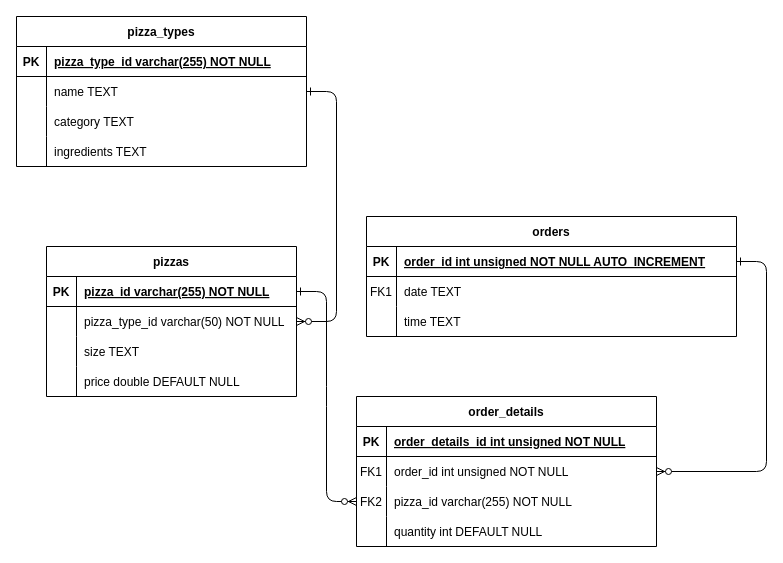
Earlier version of the draw.io diagram Untitled Diagram.drawio (clauderhay/coding-live). Source tidied: cells renumbered, new cells numbered last; positions are measured from the earlier drawing's top-left corner, leaving out a move shared by most shapes. Both pictures are drawn from the tidied source at 100%, with x=0, y=0 at pixel (16, 16).
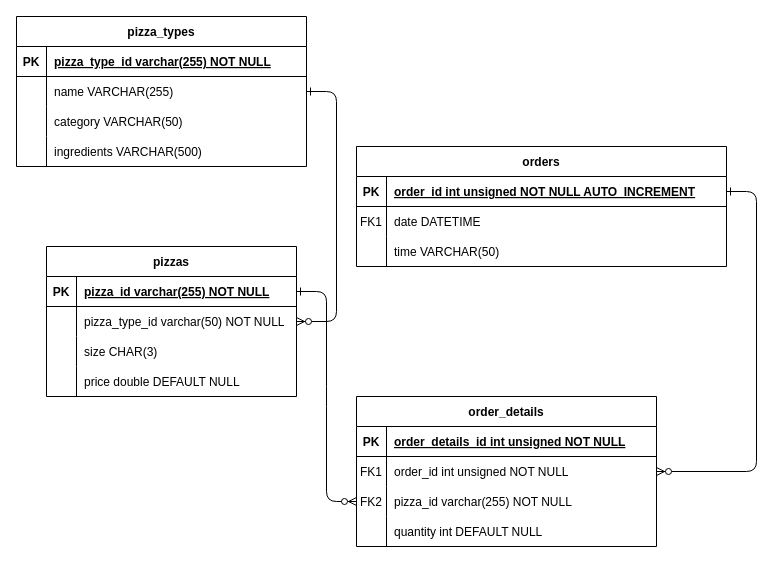
After the change.

Commit message:
Updated DataTypes on columns

The change refers to these unchanged cells:
```xml
<mxCell id="7" style="shape=partialRectangle;fillColor=none;top=0;left=0;right=0;bottom=0;" parent="3" vertex="1">
  <mxGeometry y="60" width="370" height="30" as="geometry" />
</mxCell>
<mxCell id="10" style="shape=partialRectangle;fillColor=none;top=0;left=0;right=0;bottom=0;" parent="3" vertex="1">
  <mxGeometry y="90" width="370" height="30" as="geometry" />
</mxCell>
<mxCell id="33" style="shape=partialRectangle;fillColor=none;top=0;left=0;right=0;bottom=0;" parent="26" vertex="1">
  <mxGeometry y="90" width="250" height="30" as="geometry" />
</mxCell>
<mxCell id="43" style="shape=partialRectangle;fillColor=none;points=[[0,0.5],[1,0.5]];portConstraint=eastwest;top=0;left=0;right=0;bottom=0;" parent="39" vertex="1">
  <mxGeometry y="60" width="290" height="30" as="geometry" />
</mxCell>
<mxCell id="46" style="shape=partialRectangle;fillColor=none;top=0;left=0;right=0;bottom=0;" parent="39" vertex="1">
  <mxGeometry y="90" width="290" height="30" as="geometry" />
</mxCell>
<mxCell id="49" style="shape=partialRectangle;fillColor=none;top=0;left=0;right=0;bottom=0;" parent="39" vertex="1">
  <mxGeometry y="120" width="290" height="30" as="geometry" />
</mxCell>
```

Change to the diagram source:
```diff
@@
     <mxCell id="3" value="orders" style="shape=table;startSize=30;childLayout=tableLayout;rowLines=0;fontStyle=1;align=center;" parent="1" vertex="1">
-      <mxGeometry x="350" y="200" width="370" height="120" as="geometry" />
+      <mxGeometry x="340" y="130" width="370" height="120" as="geometry" />
     </mxCell>
@@
-    <mxCell id="9" value="date TEXT" style="shape=partialRectangle;overflow=hidden;fillColor=none;top=0;left=0;bottom=0;right=0;align=left;spacingLeft=6;" parent="7" vertex="1">
+    <mxCell id="9" value="date DATETIME" style="shape=partialRectangle;overflow=hidden;fillColor=none;top=0;left=0;bottom=0;right=0;align=left;spacingLeft=6;" parent="7" vertex="1">
       <mxGeometry x="30" width="340" height="30" as="geometry" />
     </mxCell>
@@
-    <mxCell id="12" value="time TEXT" style="shape=partialRectangle;overflow=hidden;fillColor=none;top=0;left=0;bottom=0;right=0;align=left;spacingLeft=6;" parent="10" vertex="1">
+    <mxCell id="12" value="time VARCHAR(50)" style="shape=partialRectangle;overflow=hidden;fillColor=none;top=0;left=0;bottom=0;right=0;align=left;spacingLeft=6;" parent="10" vertex="1">
       <mxGeometry x="30" width="340" height="30" as="geometry" />
     </mxCell>
@@
-    <mxCell id="35" value="size TEXT" style="shape=partialRectangle;overflow=hidden;fillColor=none;top=0;left=0;bottom=0;right=0;align=left;spacingLeft=6;" parent="33" vertex="1">
+    <mxCell id="35" value="size CHAR(3)" style="shape=partialRectangle;overflow=hidden;fillColor=none;top=0;left=0;bottom=0;right=0;align=left;spacingLeft=6;" parent="33" vertex="1">
       <mxGeometry x="30" width="220" height="30" as="geometry" />
     </mxCell>
@@
-    <mxCell id="45" value="name TEXT" style="shape=partialRectangle;overflow=hidden;fillColor=none;top=0;left=0;bottom=0;right=0;align=left;spacingLeft=6;" parent="43" vertex="1">
+    <mxCell id="45" value="name VARCHAR(255)" style="shape=partialRectangle;overflow=hidden;fillColor=none;top=0;left=0;bottom=0;right=0;align=left;spacingLeft=6;" parent="43" vertex="1">
       <mxGeometry x="30" width="260" height="30" as="geometry" />
     </mxCell>
@@
-    <mxCell id="48" value="category TEXT" style="shape=partialRectangle;overflow=hidden;fillColor=none;top=0;left=0;bottom=0;right=0;align=left;spacingLeft=6;" parent="46" vertex="1">
+    <mxCell id="48" value="category VARCHAR(50)" style="shape=partialRectangle;overflow=hidden;fillColor=none;top=0;left=0;bottom=0;right=0;align=left;spacingLeft=6;" parent="46" vertex="1">
       <mxGeometry x="30" width="260" height="30" as="geometry" />
     </mxCell>
@@
-    <mxCell id="51" value="ingredients TEXT" style="shape=partialRectangle;overflow=hidden;fillColor=none;top=0;left=0;bottom=0;right=0;align=left;spacingLeft=6;" parent="49" vertex="1">
+    <mxCell id="51" value="ingredients VARCHAR(500)" style="shape=partialRectangle;overflow=hidden;fillColor=none;top=0;left=0;bottom=0;right=0;align=left;spacingLeft=6;" parent="49" vertex="1">
       <mxGeometry x="30" width="260" height="30" as="geometry" />
     </mxCell>
```
